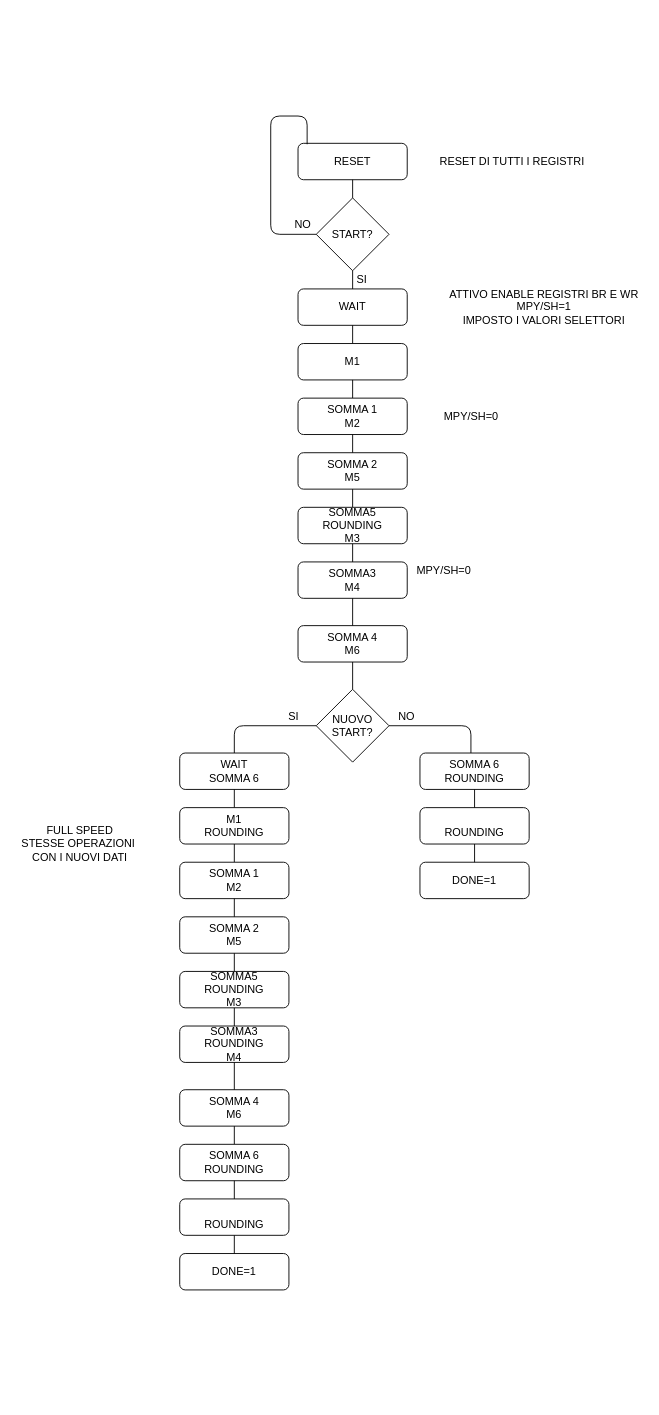
The draw.io diagram butterfly/drawio/pallogramma butterfly.drawio in wackozz/SDI_20_21, before the edit. Source tidied: cells renumbered, new cells numbered last; positions are measured from the earlier drawing's top-left corner, leaving out a move shared by most shapes. Both pictures are drawn from the tidied source at 91%, with x=0, y=0 at pixel (15, 116).
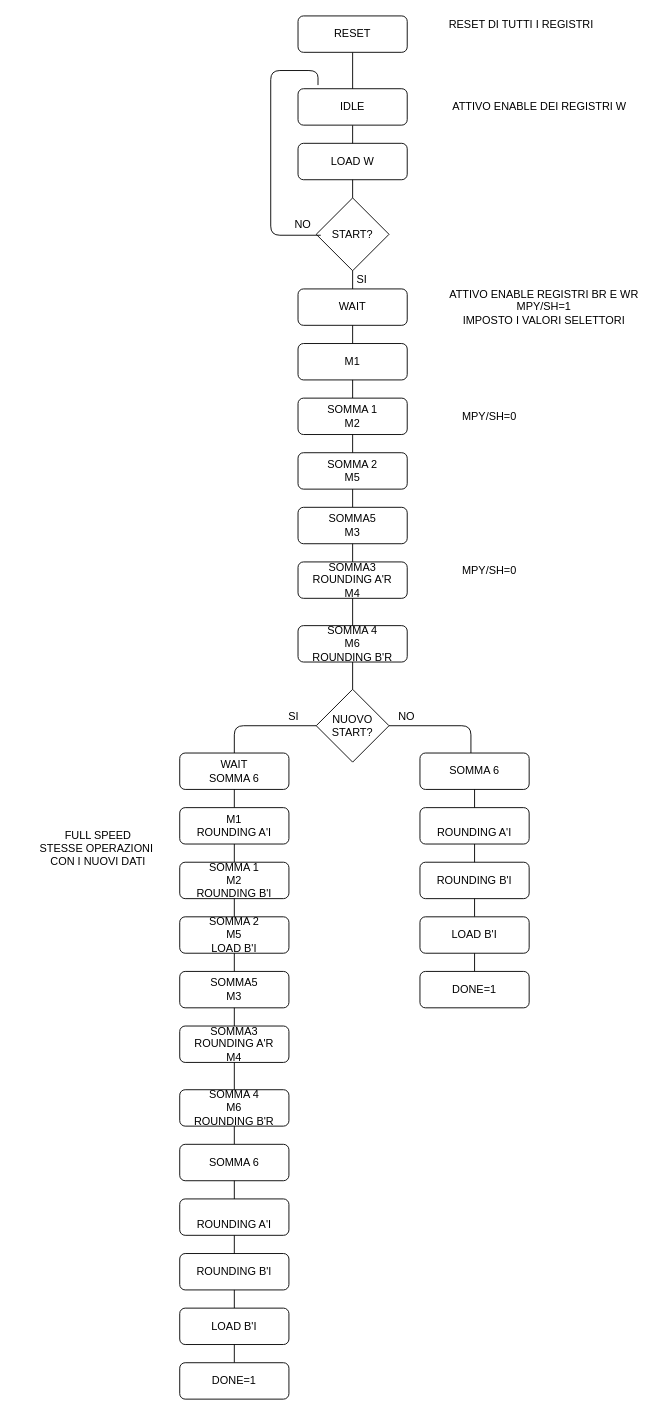
The same page after the edit.

The change refers to these unchanged cells:
```xml
<mxCell id="4" value="START?" style="rhombus;whiteSpace=wrap;html=1;" parent="1" vertex="1">
  <mxGeometry x="330" y="90" width="80" height="80" as="geometry" />
</mxCell>
<mxCell id="6" value="NO" style="text;html=1;align=center;verticalAlign=middle;points=[];" parent="1" vertex="1">
  <mxGeometry x="300" y="110" width="30" height="20" as="geometry" />
</mxCell>
```

The edit, as a diff of the source:
```diff
@@
-    <mxCell id="2" value="RESET" style="rounded=1;whiteSpace=wrap;html=1;" parent="1" vertex="1">
+    <mxCell id="2" value="LOAD W" style="rounded=1;whiteSpace=wrap;html=1;" parent="1" vertex="1">
       <mxGeometry x="310" y="30" width="120" height="40" as="geometry" />
     </mxCell>
@@
-    <mxCell id="5" style="endArrow=none;html=1;entryX=0;entryY=0.5;entryDx=0;entryDy=0;" parent="1" edge="1" target="4">
-      <mxGeometry relative="1" as="geometry">
-        <mxPoint x="320" y="31" as="sourcePoint" />
-        <Array as="points">
-          <mxPoint x="320" />
-          <mxPoint x="280" />
-          <mxPoint x="280" y="130" />
-        </Array>
-      </mxGeometry>
-    </mxCell>
@@
-    <mxCell id="16" value="SOMMA5&lt;br&gt;ROUNDING&lt;br&gt;M3" style="rounded=1;whiteSpace=wrap;html=1;" parent="1" vertex="1">
+    <mxCell id="16" value="SOMMA5&lt;br&gt;M3" style="rounded=1;whiteSpace=wrap;html=1;" parent="1" vertex="1">
       <mxGeometry x="310" y="430" width="120" height="40" as="geometry" />
     </mxCell>
@@
-    <mxCell id="18" value="SOMMA3&lt;br&gt;M4" style="rounded=1;whiteSpace=wrap;html=1;" parent="1" vertex="1">
+    <mxCell id="18" value="SOMMA3&lt;br&gt;ROUNDING A'R&lt;br&gt;M4" style="rounded=1;whiteSpace=wrap;html=1;" parent="1" vertex="1">
       <mxGeometry x="310" y="490" width="120" height="40" as="geometry" />
     </mxCell>
@@
-    <mxCell id="20" value="SOMMA 4&lt;br&gt;M6" style="rounded=1;whiteSpace=wrap;html=1;" parent="1" vertex="1">
+    <mxCell id="20" value="SOMMA 4&lt;br&gt;M6&lt;br&gt;ROUNDING B'R" style="rounded=1;whiteSpace=wrap;html=1;" parent="1" vertex="1">
       <mxGeometry x="310" y="560" width="120" height="40" as="geometry" />
     </mxCell>
@@
-    <mxCell id="30" value="M1&lt;br&gt;ROUNDING" style="rounded=1;whiteSpace=wrap;html=1;" parent="1" vertex="1">
+    <mxCell id="30" value="M1&lt;br&gt;ROUNDING A'I" style="rounded=1;whiteSpace=wrap;html=1;" parent="1" vertex="1">
       <mxGeometry x="180" y="760" width="120" height="40" as="geometry" />
     </mxCell>
@@
-    <mxCell id="32" value="SOMMA 1&lt;br&gt;M2" style="rounded=1;whiteSpace=wrap;html=1;" parent="1" vertex="1">
+    <mxCell id="32" value="SOMMA 1&lt;br&gt;M2&lt;br&gt;ROUNDING B'I" style="rounded=1;whiteSpace=wrap;html=1;" parent="1" vertex="1">
       <mxGeometry x="180" y="820" width="120" height="40" as="geometry" />
     </mxCell>
-    <mxCell id="33" value="SOMMA 2&lt;br&gt;M5" style="rounded=1;whiteSpace=wrap;html=1;" parent="1" vertex="1">
+    <mxCell id="33" value="SOMMA 2&lt;br&gt;M5&lt;br&gt;LOAD B'I" style="rounded=1;whiteSpace=wrap;html=1;" parent="1" vertex="1">
       <mxGeometry x="180" y="880" width="120" height="40" as="geometry" />
     </mxCell>
@@
-    <mxCell id="35" value="SOMMA5&lt;br&gt;ROUNDING&lt;br&gt;M3" style="rounded=1;whiteSpace=wrap;html=1;" parent="1" vertex="1">
+    <mxCell id="35" value="SOMMA5&lt;br&gt;M3" style="rounded=1;whiteSpace=wrap;html=1;" parent="1" vertex="1">
       <mxGeometry x="180" y="940" width="120" height="40" as="geometry" />
     </mxCell>
@@
-    <mxCell id="37" value="SOMMA3&lt;br&gt;ROUNDING&lt;br&gt;M4" style="rounded=1;whiteSpace=wrap;html=1;" parent="1" vertex="1">
+    <mxCell id="37" value="SOMMA3&lt;br&gt;ROUNDING A'R&lt;br&gt;M4" style="rounded=1;whiteSpace=wrap;html=1;" parent="1" vertex="1">
       <mxGeometry x="180" y="1000" width="120" height="40" as="geometry" />
     </mxCell>
@@
-    <mxCell id="39" value="SOMMA 4&lt;br&gt;M6" style="rounded=1;whiteSpace=wrap;html=1;" parent="1" vertex="1">
+    <mxCell id="39" value="SOMMA 4&lt;br&gt;M6&lt;br&gt;ROUNDING B'R" style="rounded=1;whiteSpace=wrap;html=1;" parent="1" vertex="1">
       <mxGeometry x="180" y="1070" width="120" height="40" as="geometry" />
     </mxCell>
@@
-    <mxCell id="41" value="SOMMA 6&lt;br&gt;ROUNDING" style="rounded=1;whiteSpace=wrap;html=1;" parent="1" vertex="1">
+    <mxCell id="41" value="SOMMA 6" style="rounded=1;whiteSpace=wrap;html=1;" parent="1" vertex="1">
       <mxGeometry x="444" y="700" width="120" height="40" as="geometry" />
     </mxCell>
-    <mxCell id="42" value="&lt;br&gt;ROUNDING" style="rounded=1;whiteSpace=wrap;html=1;" parent="1" vertex="1">
+    <mxCell id="42" value="&lt;br&gt;ROUNDING A'I" style="rounded=1;whiteSpace=wrap;html=1;" parent="1" vertex="1">
       <mxGeometry x="444" y="760" width="120" height="40" as="geometry" />
     </mxCell>
@@
-    <mxCell id="45" value="SOMMA 6&lt;br&gt;ROUNDING" style="rounded=1;whiteSpace=wrap;html=1;" parent="1" vertex="1">
-      <mxGeometry x="180" y="1130" width="120" height="40" as="geometry" />
-    </mxCell>
-    <mxCell id="46" value="&lt;br&gt;ROUNDING" style="rounded=1;whiteSpace=wrap;html=1;" parent="1" vertex="1">
-      <mxGeometry x="180" y="1190" width="120" height="40" as="geometry" />
-    </mxCell>
-    <mxCell id="47" style="endArrow=none;html=1;entryX=0.5;entryY=1;entryDx=0;entryDy=0;exitX=0.5;exitY=0;exitDx=0;exitDy=0;" parent="1" edge="1" source="46" target="45">
-      <mxGeometry relative="1" as="geometry" />
-    </mxCell>
-    <mxCell id="48" value="DONE=1" style="rounded=1;whiteSpace=wrap;html=1;" parent="1" vertex="1">
+    <mxCell id="48" value="ROUNDING B'I" style="rounded=1;whiteSpace=wrap;html=1;" parent="1" vertex="1">
       <mxGeometry x="444" y="820" width="120" height="40" as="geometry" />
     </mxCell>
@@
-    <mxCell id="50" value="DONE=1" style="rounded=1;whiteSpace=wrap;html=1;" parent="1" vertex="1">
-      <mxGeometry x="180" y="1250" width="120" height="40" as="geometry" />
-    </mxCell>
-    <mxCell id="51" style="endArrow=none;html=1;entryX=0.5;entryY=1;entryDx=0;entryDy=0;exitX=0.5;exitY=0;exitDx=0;exitDy=0;" parent="1" edge="1" source="50" target="46">
-      <mxGeometry relative="1" as="geometry" />
-    </mxCell>
     <mxCell id="52" value="FULL SPEED&lt;br&gt;STESSE OPERAZIONI&amp;nbsp;&lt;br&gt;CON I NUOVI DATI" style="text;html=1;align=center;verticalAlign=middle;" parent="1" vertex="1">
-      <mxGeometry y="775" width="140" height="50" as="geometry" />
+      <mxGeometry x="20" y="780" width="140" height="50" as="geometry" />
     </mxCell>
     <mxCell id="53" value="MPY/SH=0" style="text;html=1;align=center;verticalAlign=middle;" parent="1" vertex="1">
-      <mxGeometry x="460" y="320" width="80" height="20" as="geometry" />
+      <mxGeometry x="480" y="320" width="80" height="20" as="geometry" />
     </mxCell>
     <mxCell id="54" value="MPY/SH=0" style="text;html=1;align=center;verticalAlign=middle;" parent="1" vertex="1">
-      <mxGeometry x="430" y="490" width="80" height="20" as="geometry" />
+      <mxGeometry x="480" y="490" width="80" height="20" as="geometry" />
     </mxCell>
@@
     <mxCell id="56" value="RESET DI TUTTI I REGISTRI" style="text;html=1;align=center;verticalAlign=middle;" parent="1" vertex="1">
-      <mxGeometry x="460" y="40" width="170" height="20" as="geometry" />
+      <mxGeometry x="470" y="-110" width="170" height="20" as="geometry" />
     </mxCell>
+    <mxCell id="57" style="endArrow=none;html=1;exitX=0.5;exitY=0;exitDx=0;exitDy=0;" parent="1" edge="1" source="2">
+      <mxGeometry relative="1" as="geometry">
+        <mxPoint x="370" y="10" as="targetPoint" />
+      </mxGeometry>
+    </mxCell>
+    <mxCell id="58" value="IDLE" style="rounded=1;whiteSpace=wrap;html=1;" parent="1" vertex="1">
+      <mxGeometry x="310" y="-30" width="120" height="40" as="geometry" />
+    </mxCell>
+    <mxCell id="59" style="endArrow=none;html=1;exitX=0.5;exitY=0;exitDx=0;exitDy=0;" parent="1" edge="1" source="58" target="60">
+      <mxGeometry relative="1" as="geometry" />
+    </mxCell>
+    <mxCell id="60" value="RESET" style="rounded=1;whiteSpace=wrap;html=1;" parent="1" vertex="1">
+      <mxGeometry x="310" y="-110" width="120" height="40" as="geometry" />
+    </mxCell>
+    <mxCell id="61" style="endArrow=none;html=1;exitX=1.167;exitY=1.05;exitDx=0;exitDy=0;exitPerimeter=0;entryX=0.183;entryY=-0.1;entryDx=0;entryDy=0;entryPerimeter=0;" parent="1" edge="1" source="6" target="58">
+      <mxGeometry relative="1" as="geometry">
+        <Array as="points">
+          <mxPoint x="280" y="131" />
+          <mxPoint x="280" y="-50" />
+          <mxPoint x="332" y="-50" />
+        </Array>
+      </mxGeometry>
+    </mxCell>
+    <mxCell id="62" style="endArrow=none;html=1;entryX=0.5;entryY=1;entryDx=0;entryDy=0;" parent="1" edge="1" target="48">
+      <mxGeometry relative="1" as="geometry">
+        <mxPoint x="504" y="880" as="sourcePoint" />
+      </mxGeometry>
+    </mxCell>
+    <mxCell id="63" value="LOAD B'I" style="rounded=1;whiteSpace=wrap;html=1;" parent="1" vertex="1">
+      <mxGeometry x="444" y="880" width="120" height="40" as="geometry" />
+    </mxCell>
+    <mxCell id="64" style="endArrow=none;html=1;entryX=0.5;entryY=1;entryDx=0;entryDy=0;" parent="1" edge="1" target="63">
+      <mxGeometry relative="1" as="geometry">
+        <mxPoint x="504" y="940" as="sourcePoint" />
+      </mxGeometry>
+    </mxCell>
+    <mxCell id="65" value="DONE=1" style="rounded=1;whiteSpace=wrap;html=1;" parent="1" vertex="1">
+      <mxGeometry x="444" y="940" width="120" height="40" as="geometry" />
+    </mxCell>
+    <mxCell id="66" value="SOMMA 6&lt;br&gt;" style="rounded=1;whiteSpace=wrap;html=1;" parent="1" vertex="1">
+      <mxGeometry x="180" y="1130" width="120" height="40" as="geometry" />
+    </mxCell>
+    <mxCell id="67" value="&lt;br&gt;ROUNDING A'I" style="rounded=1;whiteSpace=wrap;html=1;" parent="1" vertex="1">
+      <mxGeometry x="180" y="1190" width="120" height="40" as="geometry" />
+    </mxCell>
+    <mxCell id="68" style="endArrow=none;html=1;entryX=0.5;entryY=1;entryDx=0;entryDy=0;exitX=0.5;exitY=0;exitDx=0;exitDy=0;" parent="1" edge="1" source="67" target="66">
+      <mxGeometry relative="1" as="geometry" />
+    </mxCell>
+    <mxCell id="69" value="ROUNDING B'I" style="rounded=1;whiteSpace=wrap;html=1;" parent="1" vertex="1">
+      <mxGeometry x="180" y="1250" width="120" height="40" as="geometry" />
+    </mxCell>
+    <mxCell id="70" style="endArrow=none;html=1;entryX=0.5;entryY=1;entryDx=0;entryDy=0;exitX=0.5;exitY=0;exitDx=0;exitDy=0;" parent="1" edge="1" source="69" target="67">
+      <mxGeometry relative="1" as="geometry" />
+    </mxCell>
+    <mxCell id="71" style="endArrow=none;html=1;entryX=0.5;entryY=1;entryDx=0;entryDy=0;" parent="1" edge="1" target="69">
+      <mxGeometry relative="1" as="geometry">
+        <mxPoint x="240" y="1310" as="sourcePoint" />
+      </mxGeometry>
+    </mxCell>
+    <mxCell id="72" value="LOAD B'I" style="rounded=1;whiteSpace=wrap;html=1;" parent="1" vertex="1">
+      <mxGeometry x="180" y="1310" width="120" height="40" as="geometry" />
+    </mxCell>
+    <mxCell id="73" style="endArrow=none;html=1;entryX=0.5;entryY=1;entryDx=0;entryDy=0;" parent="1" edge="1" target="72">
+      <mxGeometry relative="1" as="geometry">
+        <mxPoint x="240" y="1370" as="sourcePoint" />
+      </mxGeometry>
+    </mxCell>
+    <mxCell id="74" value="DONE=1" style="rounded=1;whiteSpace=wrap;html=1;" parent="1" vertex="1">
+      <mxGeometry x="180" y="1370" width="120" height="40" as="geometry" />
+    </mxCell>
+    <mxCell id="75" value="ATTIVO ENABLE DEI REGISTRI W" style="text;html=1;align=center;verticalAlign=middle;" parent="1" vertex="1">
+      <mxGeometry x="470" y="-20" width="210" height="20" as="geometry" />
+    </mxCell>
```
